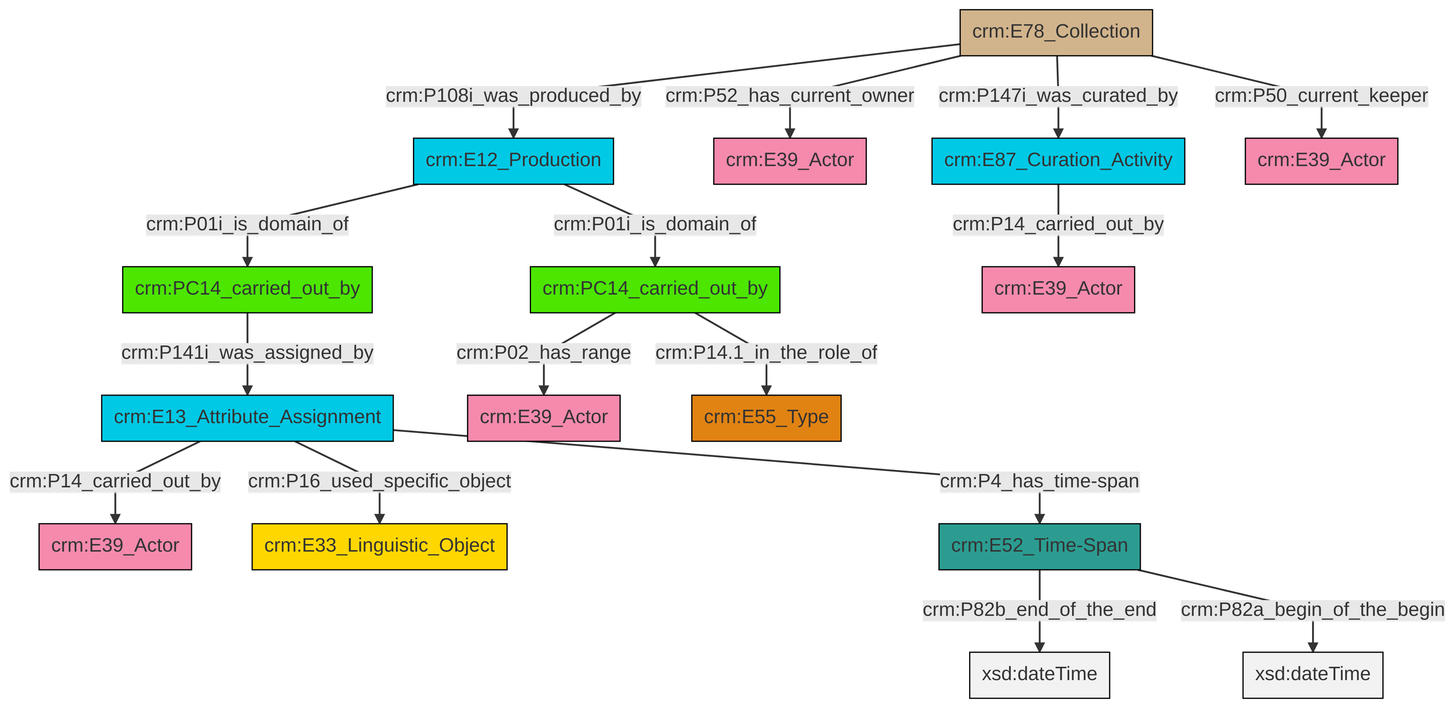
swiss-art-research-net/docs.swissartresearch keeps this Mermaid diagram as et/archivalCSV/ttl/mmd/png/archival_relation.png. Above is the earlier version. Its source is kept beside it as et/archivalCSV/ttl/mmd/archival_relation.ttl.mmd.
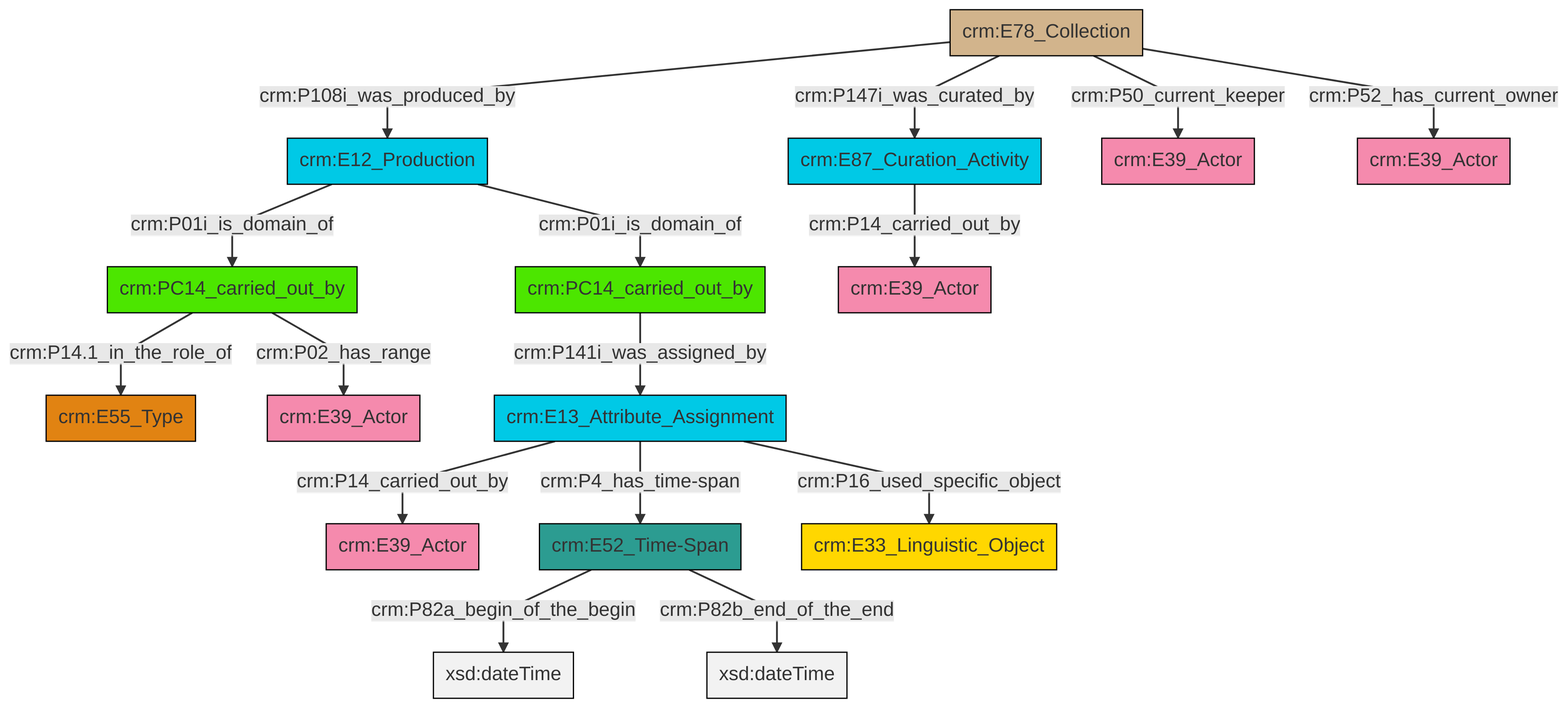
After the change.

Diff of the diagram source:
```diff
@@ -13,18 +13,18 @@
 classDef PC_Classes fill:#4ce600, stroke:#000000;
 classDef Multi fill:#cccccc,stroke:#000000;
 
-0["crm:PC14_carried_out_by"]:::PC_Classes -->|crm:P02_has_range| 1["crm:E39_Actor"]:::Actor
-6["crm:E78_Collection"]:::Physical_Thing -->|crm:P108i_was_produced_by| 7["crm:E12_Production"]:::Temporal_Entity
-0["crm:PC14_carried_out_by"]:::PC_Classes -->|crm:P14.1_in_the_role_of| 8["crm:E55_Type"]:::Type
-6["crm:E78_Collection"]:::Physical_Thing -->|crm:P52_has_current_owner| 2["crm:E39_Actor"]:::Actor
-11["crm:E87_Curation_Activity"]:::Temporal_Entity -->|crm:P14_carried_out_by| 12["crm:E39_Actor"]:::Actor
-6["crm:E78_Collection"]:::Physical_Thing -->|crm:P147i_was_curated_by| 11["crm:E87_Curation_Activity"]:::Temporal_Entity
-13["crm:E52_Time-Span"]:::Time-Span -->|crm:P82b_end_of_the_end| 17[xsd:dateTime]:::Literal
-7["crm:E12_Production"]:::Temporal_Entity -->|crm:P01i_is_domain_of| 18["crm:PC14_carried_out_by"]:::PC_Classes
-6["crm:E78_Collection"]:::Physical_Thing -->|crm:P50_current_keeper| 21["crm:E39_Actor"]:::Actor
-24["crm:E13_Attribute_Assignment"]:::Temporal_Entity -->|crm:P14_carried_out_by| 4["crm:E39_Actor"]:::Actor
-7["crm:E12_Production"]:::Temporal_Entity -->|crm:P01i_is_domain_of| 0["crm:PC14_carried_out_by"]:::PC_Classes
-18["crm:PC14_carried_out_by"]:::PC_Classes -->|crm:P141i_was_assigned_by| 24["crm:E13_Attribute_Assignment"]:::Temporal_Entity
-24["crm:E13_Attribute_Assignment"]:::Temporal_Entity -->|crm:P16_used_specific_object| 19["crm:E33_Linguistic_Object"]:::Conceptual_Object
-24["crm:E13_Attribute_Assignment"]:::Temporal_Entity -->|crm:P4_has_time-span| 13["crm:E52_Time-Span"]:::Time-Span
-13["crm:E52_Time-Span"]:::Time-Span -->|crm:P82a_begin_of_the_begin| 28[xsd:dateTime]:::Literal
+0["crm:PC14_carried_out_by"]:::PC_Classes -->|crm:P14.1_in_the_role_of| 1["crm:E55_Type"]:::Type
+2["crm:E78_Collection"]:::Physical_Thing -->|crm:P108i_was_produced_by| 4["crm:E12_Production"]:::Temporal_Entity
+4["crm:E12_Production"]:::Temporal_Entity -->|crm:P01i_is_domain_of| 0["crm:PC14_carried_out_by"]:::PC_Classes
+5["crm:E13_Attribute_Assignment"]:::Temporal_Entity -->|crm:P14_carried_out_by| 6["crm:E39_Actor"]:::Actor
+0["crm:PC14_carried_out_by"]:::PC_Classes -->|crm:P02_has_range| 10["crm:E39_Actor"]:::Actor
+2["crm:E78_Collection"]:::Physical_Thing -->|crm:P147i_was_curated_by| 14["crm:E87_Curation_Activity"]:::Temporal_Entity
+5["crm:E13_Attribute_Assignment"]:::Temporal_Entity -->|crm:P4_has_time-span| 17["crm:E52_Time-Span"]:::Time-Span
+2["crm:E78_Collection"]:::Physical_Thing -->|crm:P50_current_keeper| 11["crm:E39_Actor"]:::Actor
+14["crm:E87_Curation_Activity"]:::Temporal_Entity -->|crm:P14_carried_out_by| 8["crm:E39_Actor"]:::Actor
+5["crm:E13_Attribute_Assignment"]:::Temporal_Entity -->|crm:P16_used_specific_object| 21["crm:E33_Linguistic_Object"]:::Conceptual_Object
+2["crm:E78_Collection"]:::Physical_Thing -->|crm:P52_has_current_owner| 15["crm:E39_Actor"]:::Actor
+19["crm:PC14_carried_out_by"]:::PC_Classes -->|crm:P141i_was_assigned_by| 5["crm:E13_Attribute_Assignment"]:::Temporal_Entity
+4["crm:E12_Production"]:::Temporal_Entity -->|crm:P01i_is_domain_of| 19["crm:PC14_carried_out_by"]:::PC_Classes
+17["crm:E52_Time-Span"]:::Time-Span -->|crm:P82a_begin_of_the_begin| 27[xsd:dateTime]:::Literal
+17["crm:E52_Time-Span"]:::Time-Span -->|crm:P82b_end_of_the_end| 28[xsd:dateTime]:::Literal
```
